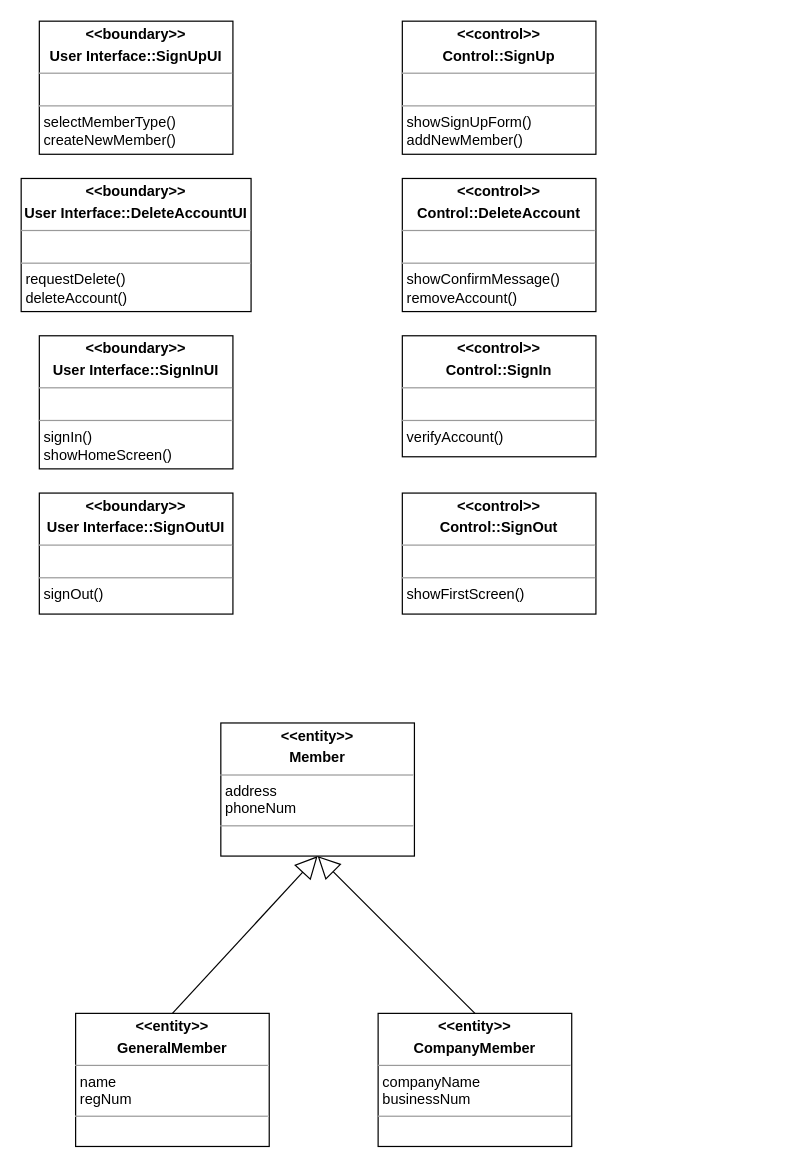
Above: page "Use case class diagram" (3 of 3) of user-auth/user-auth-diagram.drawio in KimTaemin-Git/SE2 (draw.io), before the change. Source tidied: cells renumbered, new cells numbered last; positions are measured from the earlier drawing's top-left corner, leaving out a move shared by most shapes. Both pictures are drawn from the tidied source at 121%, with x=0, y=0 at pixel (21, 21).
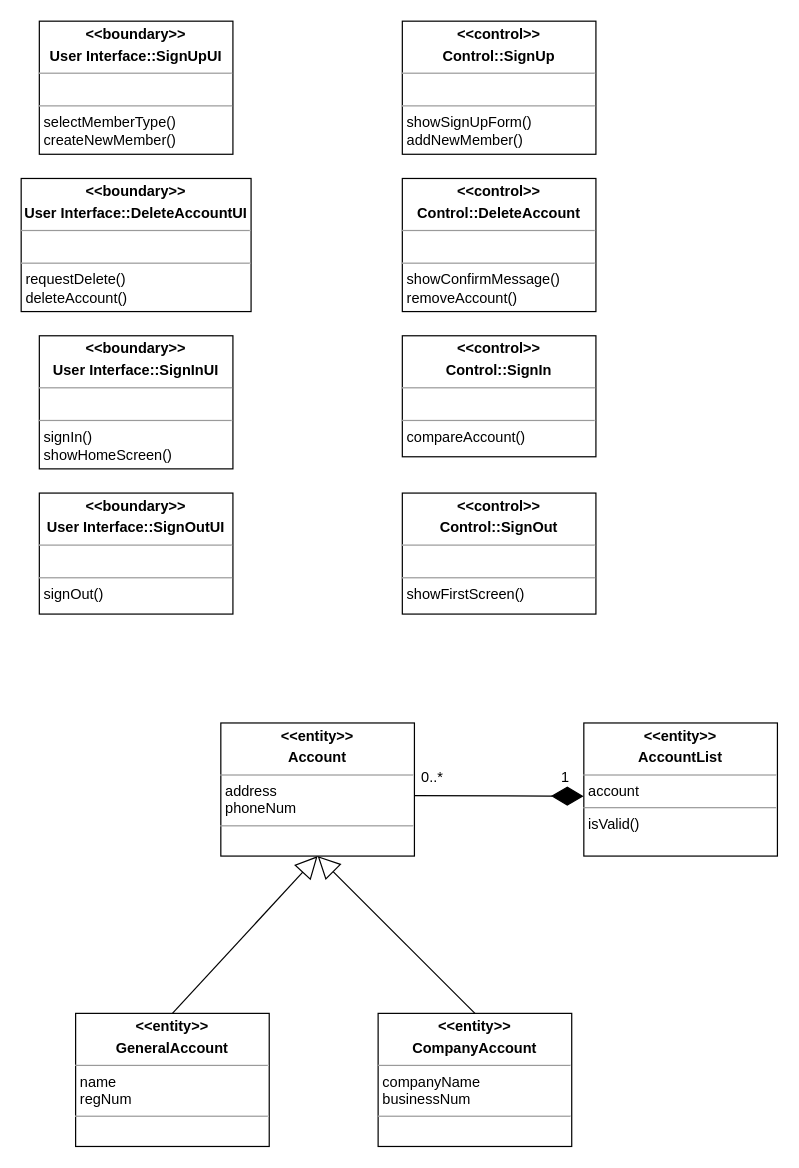
The same page after the edit.

Change to the diagram source:
```diff
@@
 <mxGraphModel>
   <root>
     <mxCell id="0" />
     <mxCell id="1" parent="0" />
     <mxCell id="2" value="&lt;p style=&quot;margin:0px;margin-top:4px;text-align:center;&quot;&gt;&lt;b&gt;&amp;lt;&amp;lt;boundary&amp;gt;&amp;gt;&lt;/b&gt;&lt;/p&gt;&lt;p style=&quot;margin:0px;margin-top:4px;text-align:center;&quot;&gt;&lt;b&gt;User Interface::SignUpUI&lt;/b&gt;&lt;/p&gt;&lt;hr size=&quot;1&quot;&gt;&lt;p style=&quot;margin:0px;margin-left:4px;&quot;&gt;&lt;br&gt;&lt;/p&gt;&lt;hr size=&quot;1&quot;&gt;&lt;p style=&quot;margin:0px;margin-left:4px;&quot;&gt;selectMemberType()&lt;/p&gt;&lt;p style=&quot;margin:0px;margin-left:4px;&quot;&gt;createNewMember()&lt;/p&gt;" style="verticalAlign=top;align=left;overflow=fill;fontSize=12;fontFamily=Helvetica;html=1;whiteSpace=wrap;" parent="1" vertex="1">
       <mxGeometry x="15" width="160" height="110" as="geometry" />
     </mxCell>
     <mxCell id="3" value="&lt;p style=&quot;margin:0px;margin-top:4px;text-align:center;&quot;&gt;&lt;b&gt;&amp;lt;&amp;lt;control&amp;gt;&amp;gt;&lt;/b&gt;&lt;/p&gt;&lt;p style=&quot;margin:0px;margin-top:4px;text-align:center;&quot;&gt;&lt;b&gt;Control::SignUp&lt;/b&gt;&lt;/p&gt;&lt;hr size=&quot;1&quot;&gt;&lt;p style=&quot;margin:0px;margin-left:4px;&quot;&gt;&lt;br&gt;&lt;/p&gt;&lt;hr size=&quot;1&quot;&gt;&lt;p style=&quot;margin:0px;margin-left:4px;&quot;&gt;showSignUpForm()&lt;/p&gt;&lt;p style=&quot;margin:0px;margin-left:4px;&quot;&gt;addNewMember()&lt;/p&gt;" style="verticalAlign=top;align=left;overflow=fill;fontSize=12;fontFamily=Helvetica;html=1;whiteSpace=wrap;" parent="1" vertex="1">
       <mxGeometry x="315" width="160" height="110" as="geometry" />
     </mxCell>
-    <mxCell id="4" value="&lt;p style=&quot;margin:0px;margin-top:4px;text-align:center;&quot;&gt;&lt;b&gt;&amp;lt;&amp;lt;entity&amp;gt;&amp;gt;&lt;/b&gt;&lt;/p&gt;&lt;p style=&quot;margin:0px;margin-top:4px;text-align:center;&quot;&gt;&lt;b&gt;Member&lt;/b&gt;&lt;/p&gt;&lt;hr size=&quot;1&quot;&gt;&lt;p style=&quot;margin:0px;margin-left:4px;&quot;&gt;address&lt;/p&gt;&lt;p style=&quot;margin:0px;margin-left:4px;&quot;&gt;phoneNum&lt;/p&gt;&lt;hr size=&quot;1&quot;&gt;&lt;p style=&quot;margin:0px;margin-left:4px;&quot;&gt;&lt;br&gt;&lt;/p&gt;" style="verticalAlign=top;align=left;overflow=fill;fontSize=12;fontFamily=Helvetica;html=1;whiteSpace=wrap;" parent="1" vertex="1">
+    <mxCell id="4" value="&lt;p style=&quot;margin:0px;margin-top:4px;text-align:center;&quot;&gt;&lt;b&gt;&amp;lt;&amp;lt;entity&amp;gt;&amp;gt;&lt;/b&gt;&lt;/p&gt;&lt;p style=&quot;margin:0px;margin-top:4px;text-align:center;&quot;&gt;&lt;b&gt;Account&lt;/b&gt;&lt;/p&gt;&lt;hr size=&quot;1&quot;&gt;&lt;p style=&quot;margin:0px;margin-left:4px;&quot;&gt;address&lt;/p&gt;&lt;p style=&quot;margin:0px;margin-left:4px;&quot;&gt;phoneNum&lt;/p&gt;&lt;hr size=&quot;1&quot;&gt;&lt;p style=&quot;margin:0px;margin-left:4px;&quot;&gt;&lt;br&gt;&lt;/p&gt;" style="verticalAlign=top;align=left;overflow=fill;fontSize=12;fontFamily=Helvetica;html=1;whiteSpace=wrap;" parent="1" vertex="1">
       <mxGeometry x="165" y="580" width="160" height="110" as="geometry" />
     </mxCell>
-    <mxCell id="5" value="&lt;p style=&quot;margin:0px;margin-top:4px;text-align:center;&quot;&gt;&lt;b&gt;&amp;lt;&amp;lt;entity&amp;gt;&amp;gt;&lt;/b&gt;&lt;/p&gt;&lt;p style=&quot;margin:0px;margin-top:4px;text-align:center;&quot;&gt;&lt;b&gt;GeneralMember&lt;/b&gt;&lt;/p&gt;&lt;hr size=&quot;1&quot;&gt;&lt;p style=&quot;margin:0px;margin-left:4px;&quot;&gt;name&lt;/p&gt;&lt;p style=&quot;margin:0px;margin-left:4px;&quot;&gt;regNum&lt;/p&gt;&lt;hr size=&quot;1&quot;&gt;&lt;p style=&quot;margin:0px;margin-left:4px;&quot;&gt;&lt;br&gt;&lt;/p&gt;" style="verticalAlign=top;align=left;overflow=fill;fontSize=12;fontFamily=Helvetica;html=1;whiteSpace=wrap;" parent="1" vertex="1">
+    <mxCell id="5" value="&lt;p style=&quot;margin:0px;margin-top:4px;text-align:center;&quot;&gt;&lt;b&gt;&amp;lt;&amp;lt;entity&amp;gt;&amp;gt;&lt;/b&gt;&lt;/p&gt;&lt;p style=&quot;margin:0px;margin-top:4px;text-align:center;&quot;&gt;&lt;b&gt;GeneralAccount&lt;/b&gt;&lt;/p&gt;&lt;hr size=&quot;1&quot;&gt;&lt;p style=&quot;margin:0px;margin-left:4px;&quot;&gt;name&lt;/p&gt;&lt;p style=&quot;margin:0px;margin-left:4px;&quot;&gt;regNum&lt;/p&gt;&lt;hr size=&quot;1&quot;&gt;&lt;p style=&quot;margin:0px;margin-left:4px;&quot;&gt;&lt;br&gt;&lt;/p&gt;" style="verticalAlign=top;align=left;overflow=fill;fontSize=12;fontFamily=Helvetica;html=1;whiteSpace=wrap;" parent="1" vertex="1">
       <mxGeometry x="45" y="820" width="160" height="110" as="geometry" />
     </mxCell>
-    <mxCell id="6" value="&lt;p style=&quot;margin:0px;margin-top:4px;text-align:center;&quot;&gt;&lt;b&gt;&amp;lt;&amp;lt;entity&amp;gt;&amp;gt;&lt;/b&gt;&lt;/p&gt;&lt;p style=&quot;margin:0px;margin-top:4px;text-align:center;&quot;&gt;&lt;b&gt;CompanyMember&lt;/b&gt;&lt;/p&gt;&lt;hr size=&quot;1&quot;&gt;&lt;p style=&quot;margin:0px;margin-left:4px;&quot;&gt;companyName&lt;/p&gt;&lt;p style=&quot;margin:0px;margin-left:4px;&quot;&gt;businessNum&lt;/p&gt;&lt;hr size=&quot;1&quot;&gt;&lt;p style=&quot;margin:0px;margin-left:4px;&quot;&gt;&lt;br&gt;&lt;/p&gt;" style="verticalAlign=top;align=left;overflow=fill;fontSize=12;fontFamily=Helvetica;html=1;whiteSpace=wrap;" parent="1" vertex="1">
+    <mxCell id="6" value="&lt;p style=&quot;margin:0px;margin-top:4px;text-align:center;&quot;&gt;&lt;b&gt;&amp;lt;&amp;lt;entity&amp;gt;&amp;gt;&lt;/b&gt;&lt;/p&gt;&lt;p style=&quot;margin:0px;margin-top:4px;text-align:center;&quot;&gt;&lt;b&gt;CompanyAccount&lt;/b&gt;&lt;/p&gt;&lt;hr size=&quot;1&quot;&gt;&lt;p style=&quot;margin:0px;margin-left:4px;&quot;&gt;companyName&lt;/p&gt;&lt;p style=&quot;margin:0px;margin-left:4px;&quot;&gt;businessNum&lt;/p&gt;&lt;hr size=&quot;1&quot;&gt;&lt;p style=&quot;margin:0px;margin-left:4px;&quot;&gt;&lt;br&gt;&lt;/p&gt;" style="verticalAlign=top;align=left;overflow=fill;fontSize=12;fontFamily=Helvetica;html=1;whiteSpace=wrap;" parent="1" vertex="1">
       <mxGeometry x="295" y="820" width="160" height="110" as="geometry" />
     </mxCell>
     <mxCell id="7" value="&lt;p style=&quot;margin:0px;margin-top:4px;text-align:center;&quot;&gt;&lt;b&gt;&amp;lt;&amp;lt;boundary&amp;gt;&amp;gt;&lt;/b&gt;&lt;/p&gt;&lt;p style=&quot;margin:0px;margin-top:4px;text-align:center;&quot;&gt;&lt;b&gt;User Interface::DeleteAccountUI&lt;/b&gt;&lt;/p&gt;&lt;hr size=&quot;1&quot;&gt;&lt;p style=&quot;margin:0px;margin-left:4px;&quot;&gt;&lt;br&gt;&lt;/p&gt;&lt;hr size=&quot;1&quot;&gt;&lt;p style=&quot;margin:0px;margin-left:4px;&quot;&gt;requestDelete()&lt;/p&gt;&lt;p style=&quot;margin:0px;margin-left:4px;&quot;&gt;deleteAccount()&lt;/p&gt;" style="verticalAlign=top;align=left;overflow=fill;fontSize=12;fontFamily=Helvetica;html=1;whiteSpace=wrap;" parent="1" vertex="1">
       <mxGeometry y="130" width="190" height="110" as="geometry" />
     </mxCell>
     <mxCell id="8" value="&lt;p style=&quot;margin:0px;margin-top:4px;text-align:center;&quot;&gt;&lt;b&gt;&amp;lt;&amp;lt;control&amp;gt;&amp;gt;&lt;/b&gt;&lt;/p&gt;&lt;p style=&quot;margin:0px;margin-top:4px;text-align:center;&quot;&gt;&lt;b&gt;Control::DeleteAccount&lt;/b&gt;&lt;/p&gt;&lt;hr size=&quot;1&quot;&gt;&lt;p style=&quot;margin:0px;margin-left:4px;&quot;&gt;&lt;br&gt;&lt;/p&gt;&lt;hr size=&quot;1&quot;&gt;&lt;p style=&quot;margin:0px;margin-left:4px;&quot;&gt;showConfirmMessage()&lt;/p&gt;&lt;p style=&quot;margin:0px;margin-left:4px;&quot;&gt;removeAccount()&lt;/p&gt;" style="verticalAlign=top;align=left;overflow=fill;fontSize=12;fontFamily=Helvetica;html=1;whiteSpace=wrap;" parent="1" vertex="1">
       <mxGeometry x="315" y="130" width="160" height="110" as="geometry" />
     </mxCell>
     <mxCell id="9" value="&lt;p style=&quot;margin:0px;margin-top:4px;text-align:center;&quot;&gt;&lt;b&gt;&amp;lt;&amp;lt;boundary&amp;gt;&amp;gt;&lt;/b&gt;&lt;/p&gt;&lt;p style=&quot;margin:0px;margin-top:4px;text-align:center;&quot;&gt;&lt;b&gt;User Interface::SignInUI&lt;/b&gt;&lt;/p&gt;&lt;hr size=&quot;1&quot;&gt;&lt;p style=&quot;margin:0px;margin-left:4px;&quot;&gt;&lt;br&gt;&lt;/p&gt;&lt;hr size=&quot;1&quot;&gt;&lt;p style=&quot;margin:0px;margin-left:4px;&quot;&gt;signIn()&lt;/p&gt;&lt;p style=&quot;margin:0px;margin-left:4px;&quot;&gt;showHomeScreen()&lt;br&gt;&lt;/p&gt;" style="verticalAlign=top;align=left;overflow=fill;fontSize=12;fontFamily=Helvetica;html=1;whiteSpace=wrap;" parent="1" vertex="1">
       <mxGeometry x="15" y="260" width="160" height="110" as="geometry" />
     </mxCell>
-    <mxCell id="10" value="&lt;p style=&quot;margin:0px;margin-top:4px;text-align:center;&quot;&gt;&lt;b&gt;&amp;lt;&amp;lt;control&amp;gt;&amp;gt;&lt;/b&gt;&lt;/p&gt;&lt;p style=&quot;margin:0px;margin-top:4px;text-align:center;&quot;&gt;&lt;b&gt;Control::SignIn&lt;/b&gt;&lt;/p&gt;&lt;hr size=&quot;1&quot;&gt;&lt;p style=&quot;margin:0px;margin-left:4px;&quot;&gt;&lt;br&gt;&lt;/p&gt;&lt;hr size=&quot;1&quot;&gt;&lt;p style=&quot;margin:0px;margin-left:4px;&quot;&gt;verifyAccount()&lt;/p&gt;" style="verticalAlign=top;align=left;overflow=fill;fontSize=12;fontFamily=Helvetica;html=1;whiteSpace=wrap;" parent="1" vertex="1">
+    <mxCell id="10" value="&lt;p style=&quot;margin:0px;margin-top:4px;text-align:center;&quot;&gt;&lt;b&gt;&amp;lt;&amp;lt;control&amp;gt;&amp;gt;&lt;/b&gt;&lt;/p&gt;&lt;p style=&quot;margin:0px;margin-top:4px;text-align:center;&quot;&gt;&lt;b&gt;Control::SignIn&lt;/b&gt;&lt;/p&gt;&lt;hr size=&quot;1&quot;&gt;&lt;p style=&quot;margin:0px;margin-left:4px;&quot;&gt;&lt;br&gt;&lt;/p&gt;&lt;hr size=&quot;1&quot;&gt;&lt;p style=&quot;margin:0px;margin-left:4px;&quot;&gt;compareAccount()&lt;/p&gt;" style="verticalAlign=top;align=left;overflow=fill;fontSize=12;fontFamily=Helvetica;html=1;whiteSpace=wrap;" parent="1" vertex="1">
       <mxGeometry x="315" y="260" width="160" height="100" as="geometry" />
     </mxCell>
     <mxCell id="11" value="&lt;p style=&quot;margin:0px;margin-top:4px;text-align:center;&quot;&gt;&lt;b&gt;&amp;lt;&amp;lt;boundary&amp;gt;&amp;gt;&lt;/b&gt;&lt;/p&gt;&lt;p style=&quot;margin:0px;margin-top:4px;text-align:center;&quot;&gt;&lt;b&gt;User Interface::SignOutUI&lt;/b&gt;&lt;/p&gt;&lt;hr size=&quot;1&quot;&gt;&lt;p style=&quot;margin:0px;margin-left:4px;&quot;&gt;&lt;br&gt;&lt;/p&gt;&lt;hr size=&quot;1&quot;&gt;&lt;p style=&quot;margin:0px;margin-left:4px;&quot;&gt;signOut()&lt;/p&gt;" style="verticalAlign=top;align=left;overflow=fill;fontSize=12;fontFamily=Helvetica;html=1;whiteSpace=wrap;" parent="1" vertex="1">
       <mxGeometry x="15" y="390" width="160" height="100" as="geometry" />
     </mxCell>
     <mxCell id="12" value="&lt;p style=&quot;margin:0px;margin-top:4px;text-align:center;&quot;&gt;&lt;b&gt;&amp;lt;&amp;lt;control&amp;gt;&amp;gt;&lt;/b&gt;&lt;/p&gt;&lt;p style=&quot;margin:0px;margin-top:4px;text-align:center;&quot;&gt;&lt;b&gt;Control::SignOut&lt;/b&gt;&lt;/p&gt;&lt;hr size=&quot;1&quot;&gt;&lt;p style=&quot;margin:0px;margin-left:4px;&quot;&gt;&lt;br&gt;&lt;/p&gt;&lt;hr size=&quot;1&quot;&gt;&lt;p style=&quot;margin:0px;margin-left:4px;&quot;&gt;showFirstScreen()&lt;/p&gt;" style="verticalAlign=top;align=left;overflow=fill;fontSize=12;fontFamily=Helvetica;html=1;whiteSpace=wrap;" parent="1" vertex="1">
       <mxGeometry x="315" y="390" width="160" height="100" as="geometry" />
     </mxCell>
     <mxCell id="13" style="endArrow=block;endSize=16;endFill=0;html=1;rounded=0;entryX=0.5;entryY=1;entryDx=0;entryDy=0;exitX=0.5;exitY=0;exitDx=0;exitDy=0;" parent="1" edge="1" source="5" target="4">
       <mxGeometry relative="1" as="geometry" />
     </mxCell>
     <mxCell id="14" style="endArrow=block;endSize=16;endFill=0;html=1;rounded=0;entryX=0.5;entryY=1;entryDx=0;entryDy=0;exitX=0.5;exitY=0;exitDx=0;exitDy=0;" parent="1" edge="1" source="6" target="4">
       <mxGeometry relative="1" as="geometry" />
     </mxCell>
+    <mxCell id="15" value="&lt;p style=&quot;margin:0px;margin-top:4px;text-align:center;&quot;&gt;&lt;b&gt;&amp;lt;&amp;lt;entity&amp;gt;&amp;gt;&lt;/b&gt;&lt;/p&gt;&lt;p style=&quot;margin:0px;margin-top:4px;text-align:center;&quot;&gt;&lt;b&gt;AccountList&lt;/b&gt;&lt;/p&gt;&lt;hr size=&quot;1&quot;&gt;&lt;p style=&quot;margin:0px;margin-left:4px;&quot;&gt;account&lt;/p&gt;&lt;hr size=&quot;1&quot;&gt;&lt;p style=&quot;margin:0px;margin-left:4px;&quot;&gt;isValid()&lt;/p&gt;" style="verticalAlign=top;align=left;overflow=fill;fontSize=12;fontFamily=Helvetica;html=1;whiteSpace=wrap;" parent="1" vertex="1">
+      <mxGeometry x="465" y="580" width="160" height="110" as="geometry" />
+    </mxCell>
+    <mxCell id="16" style="endArrow=diamondThin;endFill=1;endSize=24;html=1;rounded=0;entryX=-0.001;entryY=0.55;entryDx=0;entryDy=0;entryPerimeter=0;" parent="1" edge="1" target="15">
+      <mxGeometry relative="1" as="geometry">
+        <mxPoint x="325" y="640" as="sourcePoint" />
+      </mxGeometry>
+    </mxCell>
+    <mxCell id="17" value="0..*" style="text;html=1;strokeColor=none;fillColor=none;align=center;verticalAlign=middle;whiteSpace=wrap;rounded=0;" parent="1" vertex="1">
+      <mxGeometry x="315" y="610" width="50" height="30" as="geometry" />
+    </mxCell>
+    <mxCell id="18" value="1" style="text;html=1;strokeColor=none;fillColor=none;align=center;verticalAlign=middle;whiteSpace=wrap;rounded=0;" parent="1" vertex="1">
+      <mxGeometry x="425" y="610" width="50" height="30" as="geometry" />
+    </mxCell>
   </root>
 </mxGraphModel>
```
